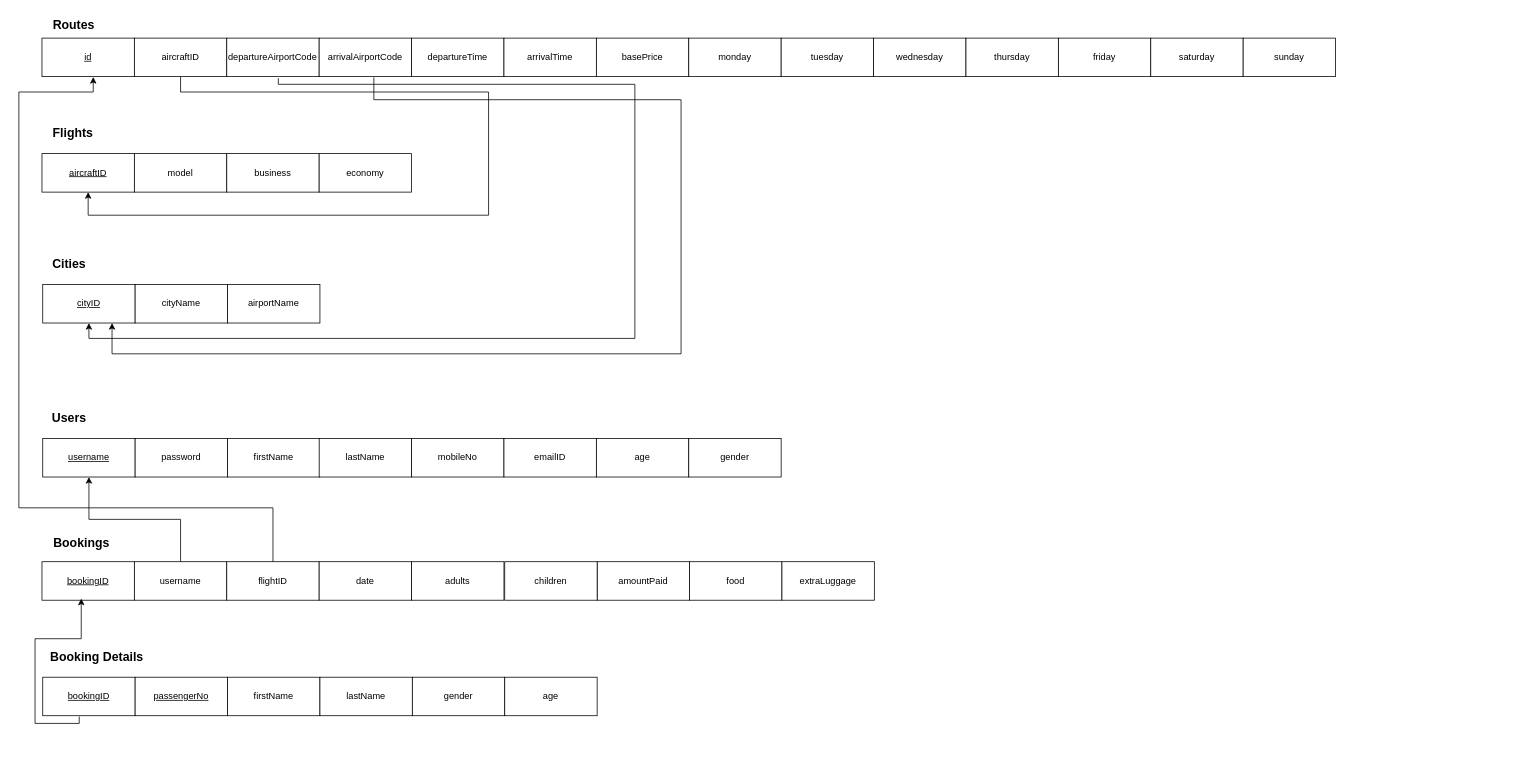
shelly-shells/airline-ticket keeps this draw.io diagram as assets/rschema.drawio. Above is the earlier version. Source tidied: cells renumbered, new cells numbered last; positions are measured from the earlier drawing's top-left corner, leaving out a move shared by most shapes. Both pictures are drawn from the tidied source at 77%, with x=0, y=0 at pixel (18, 13).
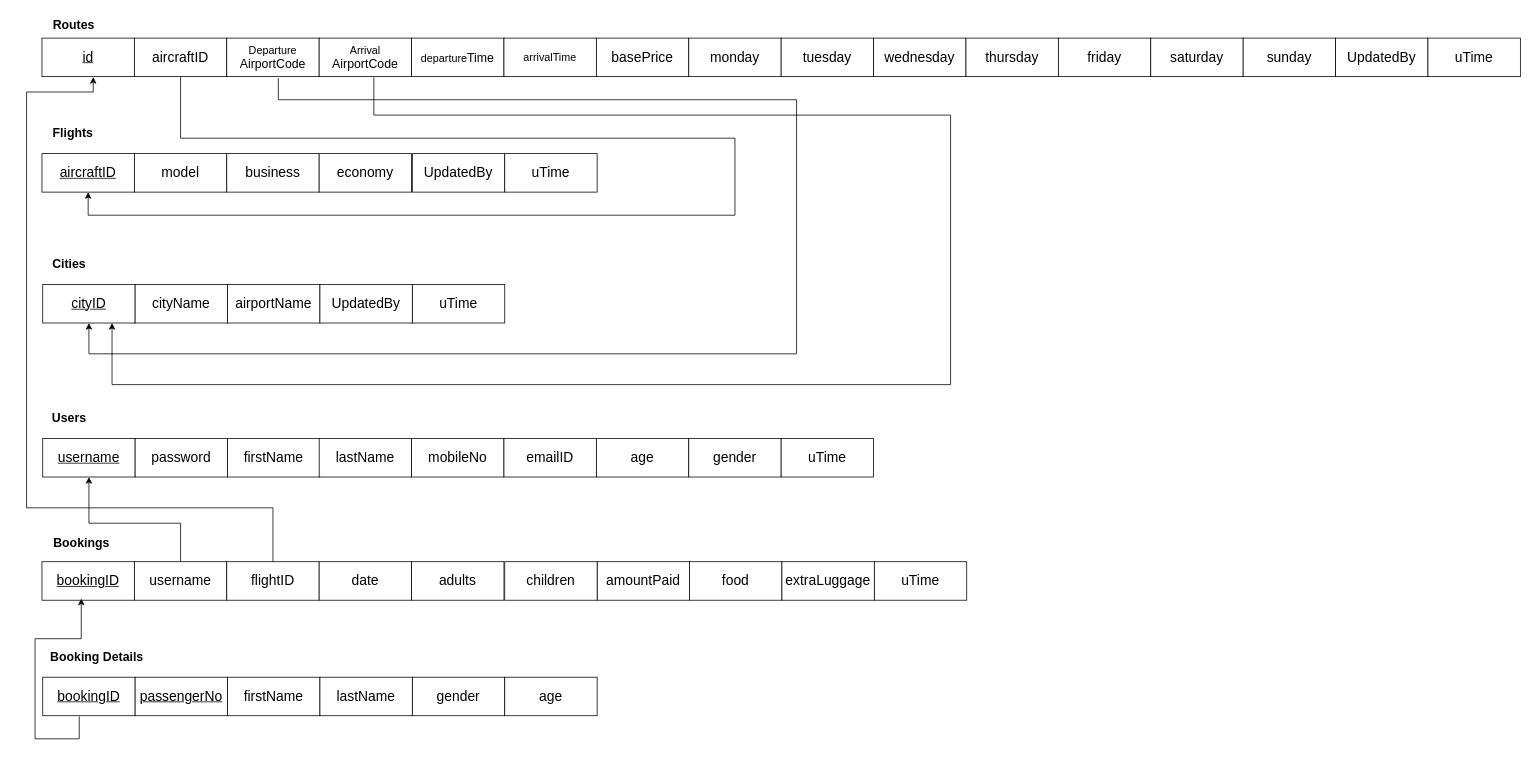
After the change.

Diff of the diagram source:
```diff
@@
-    <mxCell id="2" value="&lt;u&gt;id&lt;/u&gt;" style="rounded=0;whiteSpace=wrap;html=1;" parent="1" vertex="1">
+    <mxCell id="2" value="&lt;u&gt;&lt;font style=&quot;font-size: 18px;&quot;&gt;id&lt;/font&gt;&lt;/u&gt;" style="rounded=0;whiteSpace=wrap;html=1;" parent="1" vertex="1">
       <mxGeometry x="30" y="32" width="120" height="50" as="geometry" />
     </mxCell>
-    <mxCell id="3" value="aircraftID" style="rounded=0;whiteSpace=wrap;html=1;" parent="1" vertex="1">
+    <mxCell id="3" value="&lt;font style=&quot;font-size: 18px;&quot;&gt;aircraftID&lt;/font&gt;" style="rounded=0;whiteSpace=wrap;html=1;" parent="1" vertex="1">
       <mxGeometry x="150" y="32" width="120" height="50" as="geometry" />
     </mxCell>
-    <mxCell id="4" value="&lt;div align=&quot;left&quot;&gt;departureAirportCode&lt;span style=&quot;white-space: pre;&quot;&gt;&#9;&lt;/span&gt;&lt;/div&gt;" style="rounded=0;whiteSpace=wrap;html=1;align=left;" parent="1" vertex="1">
+    <mxCell id="4" value="&lt;div style=&quot;&quot;&gt;&lt;font style=&quot;font-size: 14px;&quot;&gt;Departure&lt;/font&gt;&lt;/div&gt;&lt;div style=&quot;&quot;&gt;&lt;font size=&quot;3&quot;&gt;AirportCode&lt;/font&gt;&lt;/div&gt;" style="rounded=0;whiteSpace=wrap;html=1;align=center;" parent="1" vertex="1">
       <mxGeometry x="270" y="32" width="120" height="50" as="geometry" />
     </mxCell>
-    <mxCell id="5" value="arrivalAirportCode" style="rounded=0;whiteSpace=wrap;html=1;" parent="1" vertex="1">
+    <mxCell id="5" value="&lt;font style=&quot;font-size: 14px;&quot;&gt;Arrival&lt;/font&gt;&lt;div&gt;&lt;font size=&quot;3&quot;&gt;AirportCode&lt;/font&gt;&lt;/div&gt;" style="rounded=0;whiteSpace=wrap;html=1;" parent="1" vertex="1">
       <mxGeometry x="390" y="32" width="120" height="50" as="geometry" />
     </mxCell>
-    <mxCell id="6" value="departureTime" style="rounded=0;whiteSpace=wrap;html=1;" parent="1" vertex="1">
+    <mxCell id="6" value="&lt;font style=&quot;font-size: 14px;&quot;&gt;departure&lt;/font&gt;&lt;span style=&quot;font-size: medium; background-color: initial;&quot;&gt;Time&lt;/span&gt;" style="rounded=0;whiteSpace=wrap;html=1;" parent="1" vertex="1">
       <mxGeometry x="510" y="32" width="120" height="50" as="geometry" />
     </mxCell>
-    <mxCell id="7" value="arrivalTime" style="rounded=0;whiteSpace=wrap;html=1;" parent="1" vertex="1">
+    <mxCell id="7" value="&lt;font style=&quot;font-size: 14px;&quot;&gt;arrivalTime&lt;/font&gt;" style="rounded=0;whiteSpace=wrap;html=1;" parent="1" vertex="1">
       <mxGeometry x="630" y="32" width="120" height="50" as="geometry" />
     </mxCell>
-    <mxCell id="8" value="basePrice" style="rounded=0;whiteSpace=wrap;html=1;" parent="1" vertex="1">
+    <mxCell id="8" value="&lt;font style=&quot;font-size: 18px;&quot;&gt;basePrice&lt;/font&gt;" style="rounded=0;whiteSpace=wrap;html=1;" parent="1" vertex="1">
       <mxGeometry x="750" y="32" width="120" height="50" as="geometry" />
     </mxCell>
-    <mxCell id="9" value="monday" style="rounded=0;whiteSpace=wrap;html=1;" parent="1" vertex="1">
+    <mxCell id="9" value="&lt;font style=&quot;font-size: 18px;&quot;&gt;monday&lt;/font&gt;" style="rounded=0;whiteSpace=wrap;html=1;" parent="1" vertex="1">
       <mxGeometry x="870" y="32" width="120" height="50" as="geometry" />
     </mxCell>
-    <mxCell id="10" value="tuesday" style="rounded=0;whiteSpace=wrap;html=1;" parent="1" vertex="1">
+    <mxCell id="10" value="&lt;font style=&quot;font-size: 18px;&quot;&gt;tuesday&lt;/font&gt;" style="rounded=0;whiteSpace=wrap;html=1;" parent="1" vertex="1">
       <mxGeometry x="990" y="32" width="120" height="50" as="geometry" />
     </mxCell>
-    <mxCell id="11" value="wednesday" style="rounded=0;whiteSpace=wrap;html=1;" parent="1" vertex="1">
+    <mxCell id="11" value="&lt;font style=&quot;font-size: 18px;&quot;&gt;wednesday&lt;/font&gt;" style="rounded=0;whiteSpace=wrap;html=1;" parent="1" vertex="1">
       <mxGeometry x="1110" y="32" width="120" height="50" as="geometry" />
     </mxCell>
-    <mxCell id="12" value="thursday" style="rounded=0;whiteSpace=wrap;html=1;" parent="1" vertex="1">
+    <mxCell id="12" value="&lt;font style=&quot;font-size: 18px;&quot;&gt;thursday&lt;/font&gt;" style="rounded=0;whiteSpace=wrap;html=1;" parent="1" vertex="1">
       <mxGeometry x="1230" y="32" width="120" height="50" as="geometry" />
     </mxCell>
-    <mxCell id="13" value="friday" style="rounded=0;whiteSpace=wrap;html=1;" parent="1" vertex="1">
+    <mxCell id="13" value="&lt;font style=&quot;font-size: 18px;&quot;&gt;friday&lt;/font&gt;" style="rounded=0;whiteSpace=wrap;html=1;" parent="1" vertex="1">
       <mxGeometry x="1350" y="32" width="120" height="50" as="geometry" />
     </mxCell>
-    <mxCell id="14" value="saturday" style="rounded=0;whiteSpace=wrap;html=1;" parent="1" vertex="1">
+    <mxCell id="14" value="&lt;font style=&quot;font-size: 18px;&quot;&gt;saturday&lt;/font&gt;" style="rounded=0;whiteSpace=wrap;html=1;" parent="1" vertex="1">
       <mxGeometry x="1470" y="32" width="120" height="50" as="geometry" />
     </mxCell>
-    <mxCell id="15" value="sunday" style="rounded=0;whiteSpace=wrap;html=1;" parent="1" vertex="1">
+    <mxCell id="15" value="&lt;font style=&quot;font-size: 18px;&quot;&gt;sunday&lt;/font&gt;" style="rounded=0;whiteSpace=wrap;html=1;" parent="1" vertex="1">
       <mxGeometry x="1590" y="32" width="120" height="50" as="geometry" />
     </mxCell>
@@
-    <mxCell id="17" value="&lt;u&gt;aircraftID&lt;/u&gt;" style="rounded=0;whiteSpace=wrap;html=1;" parent="1" vertex="1">
+    <mxCell id="17" value="&lt;u&gt;&lt;font style=&quot;font-size: 18px;&quot;&gt;aircraftID&lt;/font&gt;&lt;/u&gt;" style="rounded=0;whiteSpace=wrap;html=1;" parent="1" vertex="1">
       <mxGeometry x="30" y="182" width="120" height="50" as="geometry" />
     </mxCell>
-    <mxCell id="18" value="model" style="rounded=0;whiteSpace=wrap;html=1;" parent="1" vertex="1">
+    <mxCell id="18" value="&lt;font style=&quot;font-size: 18px;&quot;&gt;model&lt;/font&gt;" style="rounded=0;whiteSpace=wrap;html=1;" parent="1" vertex="1">
       <mxGeometry x="150" y="182" width="120" height="50" as="geometry" />
     </mxCell>
-    <mxCell id="19" value="business" style="rounded=0;whiteSpace=wrap;html=1;" parent="1" vertex="1">
+    <mxCell id="19" value="&lt;font style=&quot;font-size: 18px;&quot;&gt;business&lt;/font&gt;" style="rounded=0;whiteSpace=wrap;html=1;" parent="1" vertex="1">
       <mxGeometry x="270" y="182" width="120" height="50" as="geometry" />
     </mxCell>
-    <mxCell id="20" value="economy" style="rounded=0;whiteSpace=wrap;html=1;" parent="1" vertex="1">
+    <mxCell id="20" value="&lt;font style=&quot;font-size: 18px;&quot;&gt;economy&lt;/font&gt;" style="rounded=0;whiteSpace=wrap;html=1;" parent="1" vertex="1">
       <mxGeometry x="390" y="182" width="120" height="50" as="geometry" />
     </mxCell>
@@
     <mxCell id="22" style="endArrow=classic;html=1;rounded=0;exitX=0.5;exitY=1;exitDx=0;exitDy=0;entryX=0.5;entryY=1;entryDx=0;entryDy=0;edgeStyle=orthogonalEdgeStyle;elbow=vertical;" parent="1" edge="1" source="3" target="17">
       <mxGeometry relative="1" as="geometry">
         <Array as="points">
-          <mxPoint x="210" y="102" />
-          <mxPoint x="610" y="102" />
-          <mxPoint x="610" y="262" />
+          <mxPoint x="210" y="162" />
+          <mxPoint x="930" y="162" />
+          <mxPoint x="930" y="262" />
           <mxPoint x="90" y="262" />
         </Array>
       </mxGeometry>
     </mxCell>
-    <mxCell id="23" value="&lt;u&gt;cityID&lt;/u&gt;" style="rounded=0;whiteSpace=wrap;html=1;" parent="1" vertex="1">
+    <mxCell id="23" value="&lt;u&gt;&lt;font style=&quot;font-size: 18px;&quot;&gt;cityID&lt;/font&gt;&lt;/u&gt;" style="rounded=0;whiteSpace=wrap;html=1;" parent="1" vertex="1">
       <mxGeometry x="31" y="352" width="120" height="50" as="geometry" />
     </mxCell>
-    <mxCell id="24" value="cityName" style="rounded=0;whiteSpace=wrap;html=1;" parent="1" vertex="1">
+    <mxCell id="24" value="&lt;font style=&quot;font-size: 18px;&quot;&gt;cityName&lt;/font&gt;" style="rounded=0;whiteSpace=wrap;html=1;" parent="1" vertex="1">
       <mxGeometry x="151" y="352" width="120" height="50" as="geometry" />
     </mxCell>
-    <mxCell id="25" value="airportName" style="rounded=0;whiteSpace=wrap;html=1;" parent="1" vertex="1">
+    <mxCell id="25" value="&lt;font style=&quot;font-size: 18px;&quot;&gt;airportName&lt;/font&gt;" style="rounded=0;whiteSpace=wrap;html=1;" parent="1" vertex="1">
       <mxGeometry x="271" y="352" width="120" height="50" as="geometry" />
     </mxCell>
     <mxCell id="26" style="endArrow=classic;html=1;rounded=0;entryX=0.5;entryY=1;entryDx=0;entryDy=0;exitX=0.558;exitY=1.04;exitDx=0;exitDy=0;exitPerimeter=0;edgeStyle=orthogonalEdgeStyle;" parent="1" edge="1" source="4" target="23">
       <mxGeometry relative="1" as="geometry">
         <Array as="points">
-          <mxPoint x="337" y="92" />
-          <mxPoint x="800" y="92" />
-          <mxPoint x="800" y="422" />
-          <mxPoint x="91" y="422" />
+          <mxPoint x="337" y="112" />
+          <mxPoint x="1010" y="112" />
+          <mxPoint x="1010" y="442" />
+          <mxPoint x="91" y="442" />
         </Array>
       </mxGeometry>
     </mxCell>
     <mxCell id="27" style="endArrow=classic;html=1;rounded=0;entryX=0.75;entryY=1;entryDx=0;entryDy=0;edgeStyle=orthogonalEdgeStyle;exitX=0.592;exitY=1.02;exitDx=0;exitDy=0;exitPerimeter=0;" parent="1" edge="1" source="5" target="23">
       <mxGeometry relative="1" as="geometry">
         <Array as="points">
-          <mxPoint x="461" y="112" />
-          <mxPoint x="860" y="112" />
-          <mxPoint x="860" y="442" />
-          <mxPoint x="121" y="442" />
+          <mxPoint x="461" y="132" />
+          <mxPoint x="1210" y="132" />
+          <mxPoint x="1210" y="482" />
+          <mxPoint x="121" y="482" />
         </Array>
       </mxGeometry>
     </mxCell>
@@
-    <mxCell id="29" value="&lt;u&gt;username&lt;/u&gt;" style="rounded=0;whiteSpace=wrap;html=1;" parent="1" vertex="1">
+    <mxCell id="29" value="&lt;u&gt;&lt;font style=&quot;font-size: 18px;&quot;&gt;username&lt;/font&gt;&lt;/u&gt;" style="rounded=0;whiteSpace=wrap;html=1;" parent="1" vertex="1">
       <mxGeometry x="31" y="552" width="120" height="50" as="geometry" />
     </mxCell>
-    <mxCell id="30" value="password" style="rounded=0;whiteSpace=wrap;html=1;" parent="1" vertex="1">
+    <mxCell id="30" value="&lt;font style=&quot;font-size: 18px;&quot;&gt;password&lt;/font&gt;" style="rounded=0;whiteSpace=wrap;html=1;" parent="1" vertex="1">
       <mxGeometry x="151" y="552" width="120" height="50" as="geometry" />
     </mxCell>
-    <mxCell id="31" value="firstName" style="rounded=0;whiteSpace=wrap;html=1;" parent="1" vertex="1">
+    <mxCell id="31" value="&lt;font style=&quot;font-size: 18px;&quot;&gt;firstName&lt;/font&gt;" style="rounded=0;whiteSpace=wrap;html=1;" parent="1" vertex="1">
       <mxGeometry x="271" y="552" width="120" height="50" as="geometry" />
     </mxCell>
-    <mxCell id="32" value="lastName" style="rounded=0;whiteSpace=wrap;html=1;" parent="1" vertex="1">
+    <mxCell id="32" value="&lt;font style=&quot;font-size: 18px;&quot;&gt;lastName&lt;/font&gt;" style="rounded=0;whiteSpace=wrap;html=1;" parent="1" vertex="1">
       <mxGeometry x="390" y="552" width="120" height="50" as="geometry" />
     </mxCell>
-    <mxCell id="33" value="mobileNo" style="rounded=0;whiteSpace=wrap;html=1;" parent="1" vertex="1">
+    <mxCell id="33" value="&lt;font style=&quot;font-size: 18px;&quot;&gt;mobileNo&lt;/font&gt;" style="rounded=0;whiteSpace=wrap;html=1;" parent="1" vertex="1">
       <mxGeometry x="510" y="552" width="120" height="50" as="geometry" />
     </mxCell>
-    <mxCell id="34" value="emailID" style="rounded=0;whiteSpace=wrap;html=1;" parent="1" vertex="1">
+    <mxCell id="34" value="&lt;font style=&quot;font-size: 18px;&quot;&gt;emailID&lt;/font&gt;" style="rounded=0;whiteSpace=wrap;html=1;" parent="1" vertex="1">
       <mxGeometry x="630" y="552" width="120" height="50" as="geometry" />
     </mxCell>
-    <mxCell id="35" value="age" style="rounded=0;whiteSpace=wrap;html=1;" parent="1" vertex="1">
+    <mxCell id="35" value="&lt;font style=&quot;font-size: 18px;&quot;&gt;age&lt;/font&gt;" style="rounded=0;whiteSpace=wrap;html=1;" parent="1" vertex="1">
       <mxGeometry x="750" y="552" width="120" height="50" as="geometry" />
     </mxCell>
-    <mxCell id="36" value="gender" style="rounded=0;whiteSpace=wrap;html=1;" parent="1" vertex="1">
+    <mxCell id="36" value="&lt;font style=&quot;font-size: 18px;&quot;&gt;gender&lt;/font&gt;" style="rounded=0;whiteSpace=wrap;html=1;" parent="1" vertex="1">
       <mxGeometry x="870" y="552" width="120" height="50" as="geometry" />
     </mxCell>
@@
-    <mxCell id="38" value="&lt;u&gt;bookingID&lt;/u&gt;" style="rounded=0;whiteSpace=wrap;html=1;" parent="1" vertex="1">
+    <mxCell id="38" value="&lt;u&gt;&lt;font style=&quot;font-size: 18px;&quot;&gt;bookingID&lt;/font&gt;&lt;/u&gt;" style="rounded=0;whiteSpace=wrap;html=1;" parent="1" vertex="1">
       <mxGeometry x="30" y="712" width="120" height="50" as="geometry" />
     </mxCell>
-    <mxCell id="39" value="username" style="rounded=0;whiteSpace=wrap;html=1;" parent="1" vertex="1">
+    <mxCell id="39" value="&lt;font style=&quot;font-size: 18px;&quot;&gt;username&lt;/font&gt;" style="rounded=0;whiteSpace=wrap;html=1;" parent="1" vertex="1">
       <mxGeometry x="150" y="712" width="120" height="50" as="geometry" />
     </mxCell>
-    <mxCell id="40" value="flightID" style="rounded=0;whiteSpace=wrap;html=1;" parent="1" vertex="1">
+    <mxCell id="40" value="&lt;font style=&quot;font-size: 18px;&quot;&gt;flightID&lt;/font&gt;" style="rounded=0;whiteSpace=wrap;html=1;" parent="1" vertex="1">
       <mxGeometry x="270" y="712" width="120" height="50" as="geometry" />
     </mxCell>
-    <mxCell id="41" value="date" style="rounded=0;whiteSpace=wrap;html=1;" parent="1" vertex="1">
+    <mxCell id="41" value="&lt;font style=&quot;font-size: 18px;&quot;&gt;date&lt;/font&gt;" style="rounded=0;whiteSpace=wrap;html=1;" parent="1" vertex="1">
       <mxGeometry x="390" y="712" width="120" height="50" as="geometry" />
     </mxCell>
-    <mxCell id="42" value="adults" style="rounded=0;whiteSpace=wrap;html=1;" parent="1" vertex="1">
+    <mxCell id="42" value="&lt;font style=&quot;font-size: 18px;&quot;&gt;adults&lt;/font&gt;" style="rounded=0;whiteSpace=wrap;html=1;" parent="1" vertex="1">
       <mxGeometry x="510" y="712" width="120" height="50" as="geometry" />
     </mxCell>
-    <mxCell id="43" value="amountPaid" style="rounded=0;whiteSpace=wrap;html=1;" parent="1" vertex="1">
+    <mxCell id="43" value="&lt;font style=&quot;font-size: 18px;&quot;&gt;amountPaid&lt;/font&gt;" style="rounded=0;whiteSpace=wrap;html=1;" parent="1" vertex="1">
       <mxGeometry x="751" y="712" width="120" height="50" as="geometry" />
     </mxCell>
-    <mxCell id="44" value="food" style="rounded=0;whiteSpace=wrap;html=1;" parent="1" vertex="1">
+    <mxCell id="44" value="&lt;font style=&quot;font-size: 18px;&quot;&gt;food&lt;/font&gt;" style="rounded=0;whiteSpace=wrap;html=1;" parent="1" vertex="1">
       <mxGeometry x="871" y="712" width="120" height="50" as="geometry" />
     </mxCell>
-    <mxCell id="45" value="extraLuggage" style="rounded=0;whiteSpace=wrap;html=1;" parent="1" vertex="1">
+    <mxCell id="45" value="&lt;font style=&quot;font-size: 18px;&quot;&gt;extraLuggage&lt;/font&gt;" style="rounded=0;whiteSpace=wrap;html=1;" parent="1" vertex="1">
       <mxGeometry x="991" y="712" width="120" height="50" as="geometry" />
     </mxCell>
@@
     <mxCell id="47" style="endArrow=classic;html=1;rounded=0;exitX=0.5;exitY=0;exitDx=0;exitDy=0;exitPerimeter=0;entryX=0.5;entryY=1;entryDx=0;entryDy=0;edgeStyle=orthogonalEdgeStyle;" parent="1" edge="1" source="39" target="29">
-      <mxGeometry relative="1" as="geometry" />
+      <mxGeometry relative="1" as="geometry">
+        <Array as="points">
+          <mxPoint x="210" y="662" />
+          <mxPoint x="91" y="662" />
+        </Array>
+      </mxGeometry>
     </mxCell>
     <mxCell id="48" style="endArrow=classic;html=1;rounded=0;exitX=0.5;exitY=0;exitDx=0;exitDy=0;entryX=0.555;entryY=1.01;entryDx=0;entryDy=0;entryPerimeter=0;edgeStyle=orthogonalEdgeStyle;" parent="1" edge="1" source="40" target="2">
       <mxGeometry relative="1" as="geometry">
         <Array as="points">
           <mxPoint x="330" y="642" />
-          <mxPoint y="642" />
-          <mxPoint y="102" />
+          <mxPoint x="10" y="642" />
+          <mxPoint x="10" y="102" />
           <mxPoint x="97" y="102" />
         </Array>
       </mxGeometry>
     </mxCell>
-    <mxCell id="49" value="&lt;u&gt;bookingID&lt;/u&gt;" style="rounded=0;whiteSpace=wrap;html=1;" parent="1" vertex="1">
+    <mxCell id="49" value="&lt;u&gt;&lt;font style=&quot;font-size: 18px;&quot;&gt;bookingID&lt;/font&gt;&lt;/u&gt;" style="rounded=0;whiteSpace=wrap;html=1;" parent="1" vertex="1">
       <mxGeometry x="31" y="862" width="120" height="50" as="geometry" />
     </mxCell>
-    <mxCell id="50" value="&lt;u&gt;passengerNo&lt;/u&gt;" style="rounded=0;whiteSpace=wrap;html=1;" parent="1" vertex="1">
+    <mxCell id="50" value="&lt;u&gt;&lt;font style=&quot;font-size: 18px;&quot;&gt;passengerNo&lt;/font&gt;&lt;/u&gt;" style="rounded=0;whiteSpace=wrap;html=1;" parent="1" vertex="1">
       <mxGeometry x="151" y="862" width="120" height="50" as="geometry" />
     </mxCell>
-    <mxCell id="51" value="firstName" style="rounded=0;whiteSpace=wrap;html=1;" parent="1" vertex="1">
+    <mxCell id="51" value="&lt;font style=&quot;font-size: 18px;&quot;&gt;firstName&lt;/font&gt;" style="rounded=0;whiteSpace=wrap;html=1;" parent="1" vertex="1">
       <mxGeometry x="271" y="862" width="120" height="50" as="geometry" />
     </mxCell>
-    <mxCell id="52" value="lastName" style="rounded=0;whiteSpace=wrap;html=1;" parent="1" vertex="1">
+    <mxCell id="52" value="&lt;font style=&quot;font-size: 18px;&quot;&gt;lastName&lt;/font&gt;" style="rounded=0;whiteSpace=wrap;html=1;" parent="1" vertex="1">
       <mxGeometry x="391" y="862" width="120" height="50" as="geometry" />
     </mxCell>
-    <mxCell id="53" value="gender" style="rounded=0;whiteSpace=wrap;html=1;" parent="1" vertex="1">
+    <mxCell id="53" value="&lt;font style=&quot;font-size: 18px;&quot;&gt;gender&lt;/font&gt;" style="rounded=0;whiteSpace=wrap;html=1;" parent="1" vertex="1">
       <mxGeometry x="511" y="862" width="120" height="50" as="geometry" />
     </mxCell>
-    <mxCell id="54" value="age" style="rounded=0;whiteSpace=wrap;html=1;" parent="1" vertex="1">
+    <mxCell id="54" value="&lt;font style=&quot;font-size: 18px;&quot;&gt;age&lt;/font&gt;" style="rounded=0;whiteSpace=wrap;html=1;" parent="1" vertex="1">
       <mxGeometry x="631" y="862" width="120" height="50" as="geometry" />
     </mxCell>
@@
     <mxCell id="56" style="endArrow=classic;html=1;rounded=0;exitX=0.395;exitY=1.019;exitDx=0;exitDy=0;exitPerimeter=0;entryX=0.425;entryY=0.958;entryDx=0;entryDy=0;entryPerimeter=0;edgeStyle=orthogonalEdgeStyle;" parent="1" edge="1" source="49" target="38">
-      <mxGeometry relative="1" as="geometry" />
+      <mxGeometry relative="1" as="geometry">
+        <Array as="points">
+          <mxPoint x="78" y="942" />
+          <mxPoint x="21" y="942" />
+          <mxPoint x="21" y="812" />
+          <mxPoint x="81" y="812" />
+        </Array>
+      </mxGeometry>
     </mxCell>
-    <mxCell id="57" value="children" style="rounded=0;whiteSpace=wrap;html=1;" parent="1" vertex="1">
+    <mxCell id="57" value="&lt;font style=&quot;font-size: 18px;&quot;&gt;children&lt;/font&gt;" style="rounded=0;whiteSpace=wrap;html=1;" parent="1" vertex="1">
       <mxGeometry x="631" y="712" width="120" height="50" as="geometry" />
     </mxCell>
+    <mxCell id="58" value="&lt;font style=&quot;font-size: 18px;&quot;&gt;UpdatedBy&lt;/font&gt;" style="rounded=0;whiteSpace=wrap;html=1;" parent="1" vertex="1">
+      <mxGeometry x="391" y="352" width="120" height="50" as="geometry" />
+    </mxCell>
+    <mxCell id="59" value="&lt;font style=&quot;font-size: 18px;&quot;&gt;uTime&lt;/font&gt;" style="rounded=0;whiteSpace=wrap;html=1;" parent="1" vertex="1">
+      <mxGeometry x="990" y="552" width="120" height="50" as="geometry" />
+    </mxCell>
+    <mxCell id="60" value="&lt;font style=&quot;font-size: 18px;&quot;&gt;uTime&lt;/font&gt;" style="rounded=0;whiteSpace=wrap;html=1;" parent="1" vertex="1">
+      <mxGeometry x="511" y="352" width="120" height="50" as="geometry" />
+    </mxCell>
+    <mxCell id="61" value="&lt;font style=&quot;font-size: 18px;&quot;&gt;UpdatedBy&lt;/font&gt;" style="rounded=0;whiteSpace=wrap;html=1;" parent="1" vertex="1">
+      <mxGeometry x="1710" y="32" width="120" height="50" as="geometry" />
+    </mxCell>
+    <mxCell id="62" value="&lt;font style=&quot;font-size: 18px;&quot;&gt;uTime&lt;/font&gt;" style="rounded=0;whiteSpace=wrap;html=1;" parent="1" vertex="1">
+      <mxGeometry x="1830" y="32" width="120" height="50" as="geometry" />
+    </mxCell>
+    <mxCell id="63" value="&lt;font style=&quot;font-size: 18px;&quot;&gt;uTime&lt;/font&gt;" style="rounded=0;whiteSpace=wrap;html=1;" parent="1" vertex="1">
+      <mxGeometry x="1111" y="712" width="120" height="50" as="geometry" />
+    </mxCell>
+    <mxCell id="64" value="&lt;font style=&quot;font-size: 18px;&quot;&gt;UpdatedBy&lt;/font&gt;" style="rounded=0;whiteSpace=wrap;html=1;" parent="1" vertex="1">
+      <mxGeometry x="511" y="182" width="120" height="50" as="geometry" />
+    </mxCell>
+    <mxCell id="65" value="&lt;font style=&quot;font-size: 18px;&quot;&gt;uTime&lt;/font&gt;" style="rounded=0;whiteSpace=wrap;html=1;" parent="1" vertex="1">
+      <mxGeometry x="631" y="182" width="120" height="50" as="geometry" />
+    </mxCell>
```
